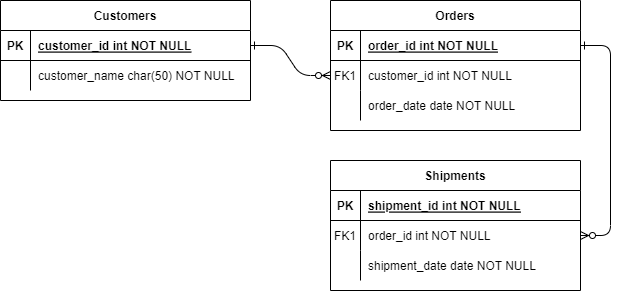
This is ERD.drawio.png from Dityaren/Diagram, a draw.io export, as it was before one commit. Source tidied: cells renumbered, new cells last; positions are measured from the earlier drawing's top-left corner, leaving out a move shared by most shapes.
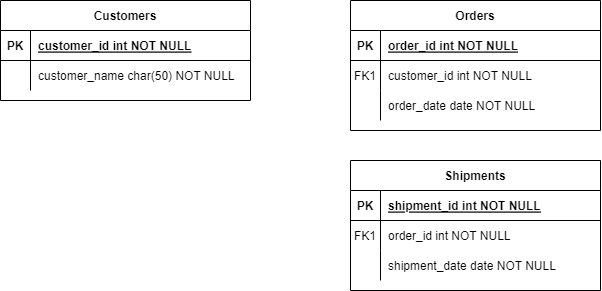
After the change.

Change to the diagram source:
```diff
@@ -2,12 +2,6 @@
   <root>
     <mxCell id="0" />
     <mxCell id="1" parent="0" />
-    <mxCell id="2" style="edgeStyle=entityRelationEdgeStyle;endArrow=ERzeroToMany;startArrow=ERone;endFill=1;startFill=0;" parent="1" edge="1" source="25" target="8">
-      <mxGeometry relative="1" as="geometry" />
-    </mxCell>
-    <mxCell id="3" style="edgeStyle=entityRelationEdgeStyle;endArrow=ERzeroToMany;startArrow=ERone;endFill=1;startFill=0;" parent="1" edge="1" source="5" target="18">
-      <mxGeometry relative="1" as="geometry" />
-    </mxCell>
     <mxCell id="4" value="Orders" style="shape=table;startSize=30;rowLines=0;fontStyle=1;align=center;" parent="1" vertex="1">
       <mxGeometry x="330" width="250" height="130" as="geometry" />
     </mxCell>
@@ -69,7 +63,7 @@
       <mxGeometry x="30" width="220" height="30" as="geometry" />
     </mxCell>
     <mxCell id="24" value="Customers" style="shape=table;startSize=30;rowLines=0;fontStyle=1;align=center;" parent="1" vertex="1">
-      <mxGeometry width="250" height="100" as="geometry" />
+      <mxGeometry x="-20" width="250" height="100" as="geometry" />
     </mxCell>
     <mxCell id="25" style="shape=partialRectangle;fillColor=none;points=[[0,0.5],[1,0.5]];portConstraint=eastwest;top=0;left=0;right=0;bottom=1;" parent="24" vertex="1">
       <mxGeometry y="30" width="250" height="30" as="geometry" />
```
